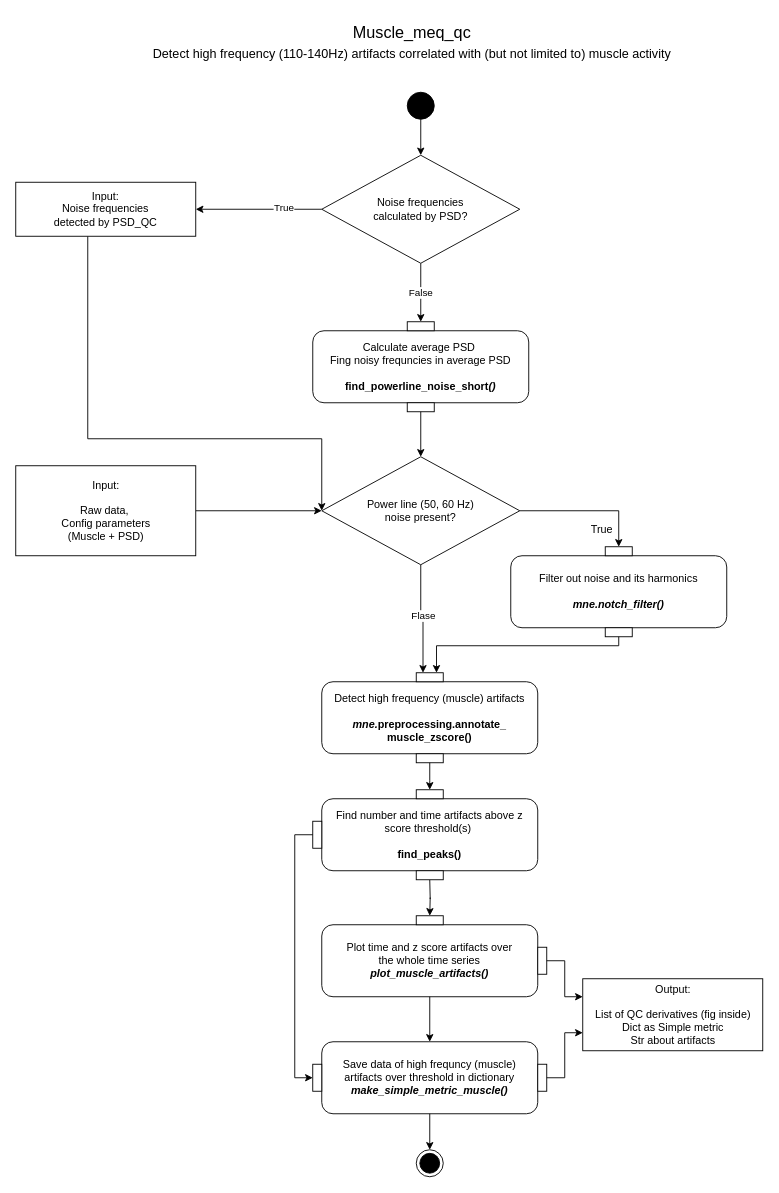
Above: diagrams/_Muscle_UML2.5.drawio in oldgandalf/MEGqcJorge (draw.io), before the change. Source tidied: cells renumbered, new cells numbered last; positions are measured from the earlier drawing's top-left corner, leaving out a move shared by most shapes. Both pictures are drawn from the tidied source at 90%, with x=0, y=0 at pixel (15, 15).
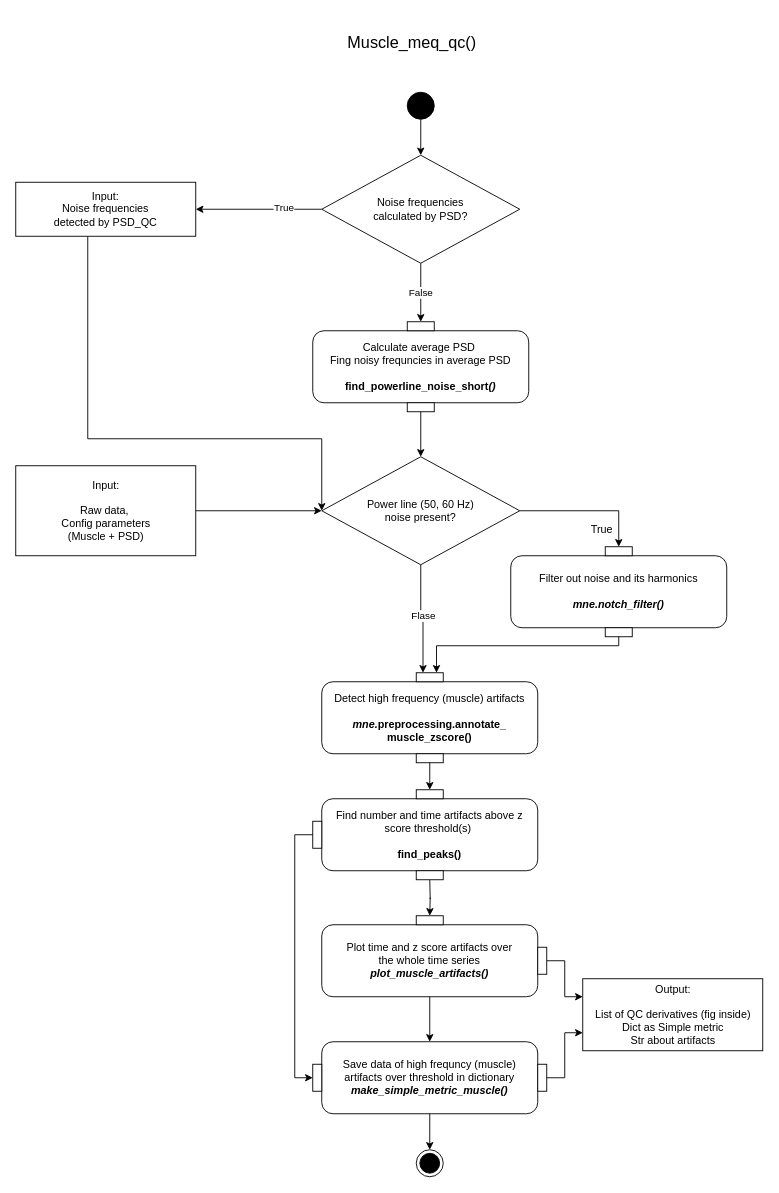
The same page after the edit.

Change to the diagram source:
```diff
@@
-    <mxCell id="2" value="&lt;font style=&quot;&quot;&gt;Muscle_meq_qc&lt;br&gt;&lt;font style=&quot;font-size: 14px;&quot;&gt;Detect high frequency (110-140Hz) artifacts correlated with (but not limited to) muscle activity&lt;/font&gt;&lt;br&gt;&lt;/font&gt;" style="text;html=1;align=center;verticalAlign=middle;strokeColor=none;fillColor=none;fontSize=18;fontFamily=Helvetica;" parent="1" vertex="1">
-      <mxGeometry x="140" width="600" height="60" as="geometry" />
+    <mxCell id="2" value="&lt;font style=&quot;&quot;&gt;Muscle_meq_qc()&lt;br&gt;&lt;/font&gt;" style="text;html=1;align=center;verticalAlign=middle;strokeColor=none;fillColor=none;fontSize=18;fontFamily=Helvetica;" parent="1" vertex="1">
+      <mxGeometry x="355" y="10" width="170" height="40" as="geometry" />
     </mxCell>
```
